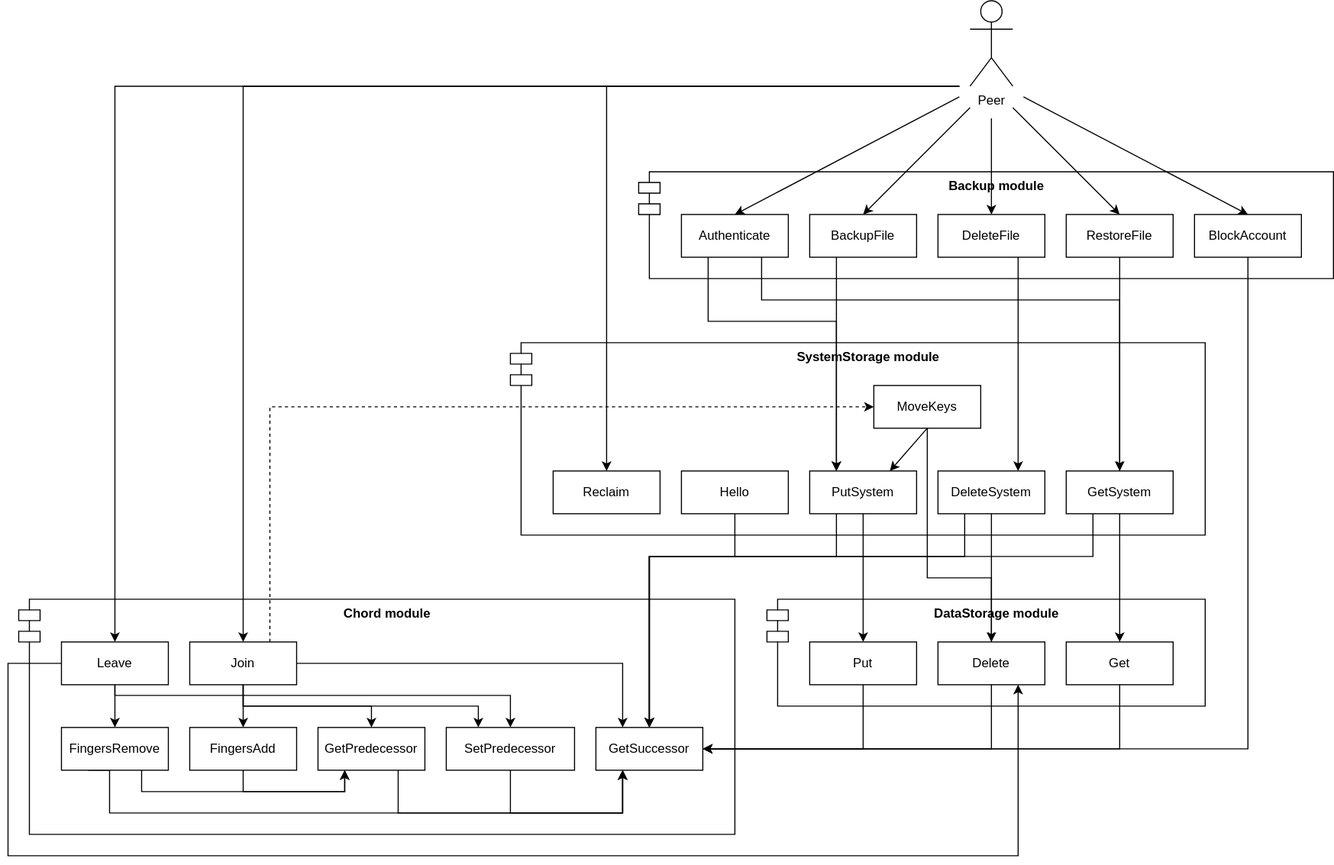
This is doc/protocols.svg from dmfrodrigues/feup-sdis-proj2, a draw.io export, as it was before one commit. Source tidied: cells renumbered, new cells last; positions are measured from the earlier drawing's top-left corner, leaving out a move shared by most shapes.
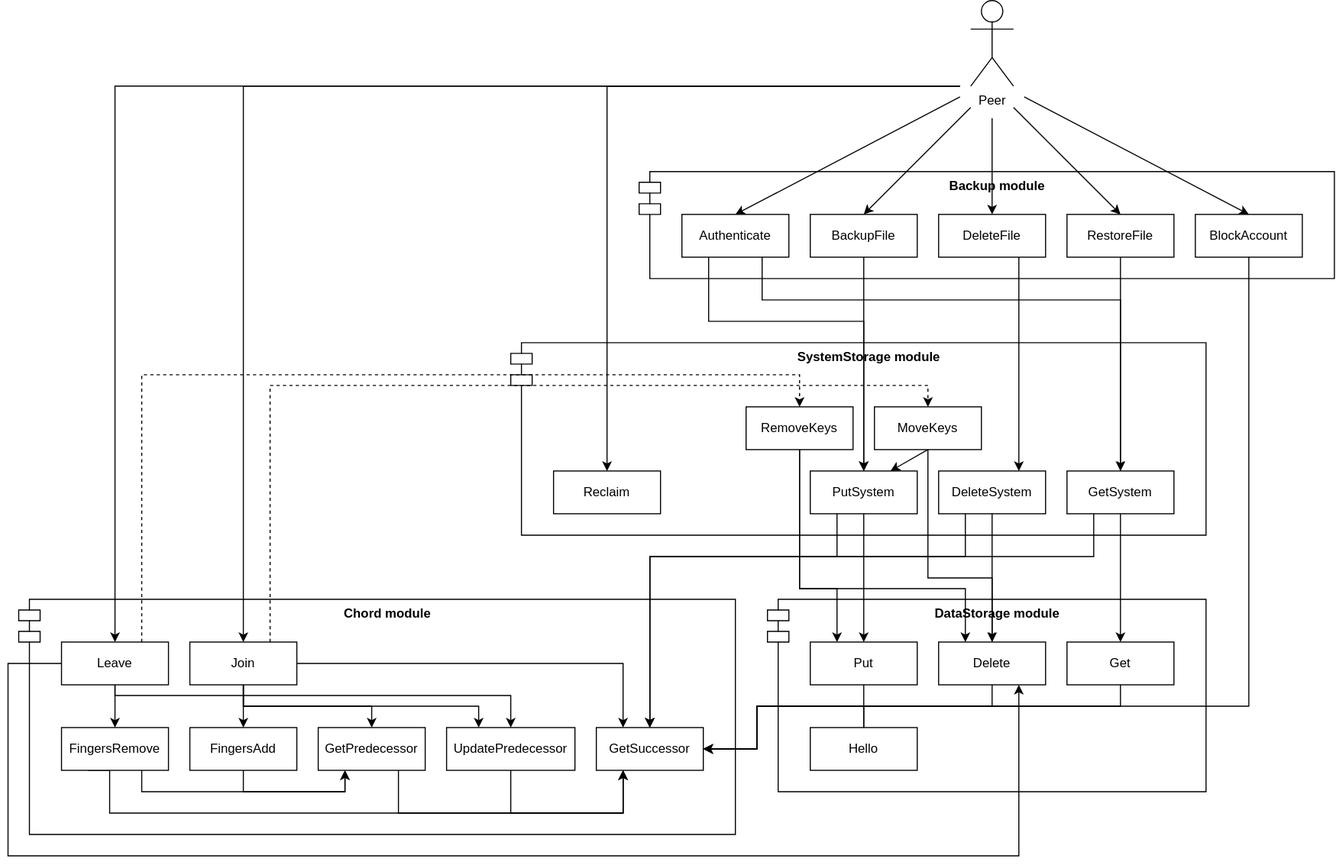
The same file after the commit.

The edit, as a diff of the source:
```diff
@@ -2,6 +2,9 @@
   <root>
     <mxCell id="0" />
     <mxCell id="1" parent="0" />
+    <mxCell id="47" value="DataStorage module" style="shape=module;align=left;spacingLeft=20;align=center;verticalAlign=top;fontStyle=1;" parent="1" vertex="1">
+      <mxGeometry x="710" y="560" width="410" height="180" as="geometry" />
+    </mxCell>
     <mxCell id="2" value="Chord module" style="shape=module;align=left;spacingLeft=20;align=center;verticalAlign=top;fontStyle=1;" parent="1" vertex="1">
       <mxGeometry x="10" y="560" width="670" height="220" as="geometry" />
     </mxCell>
@@ -47,11 +50,11 @@
     <mxCell id="11" value="Backup module" style="shape=module;align=left;spacingLeft=20;align=center;verticalAlign=top;fontStyle=1;" parent="1" vertex="1">
       <mxGeometry x="590" y="160" width="650" height="100" as="geometry" />
     </mxCell>
-    <mxCell id="12" style="edgeStyle=orthogonalEdgeStyle;rounded=0;jettySize=auto;html=1;entryX=0.25;entryY=0;entryDx=0;entryDy=0;exitX=0.25;exitY=1;exitDx=0;exitDy=0;" parent="1" edge="1" source="13" target="6">
+    <mxCell id="12" style="edgeStyle=orthogonalEdgeStyle;rounded=0;jettySize=auto;html=1;entryX=0.5;entryY=0;entryDx=0;entryDy=0;exitX=0.5;exitY=1;exitDx=0;exitDy=0;" parent="1" edge="1" source="13" target="6">
       <mxGeometry relative="1" as="geometry">
         <Array as="points">
-          <mxPoint x="775" y="290" />
-          <mxPoint x="775" y="290" />
+          <mxPoint x="800" y="340" />
+          <mxPoint x="800" y="340" />
         </Array>
       </mxGeometry>
     </mxCell>
@@ -80,28 +83,20 @@
     <mxCell id="17" value="DeleteFile" style="rounded=0;whiteSpace=wrap;html=1;spacing=10;" parent="1" vertex="1">
       <mxGeometry x="870" y="200" width="100" height="40" as="geometry" />
     </mxCell>
-    <mxCell id="18" style="edgeStyle=orthogonalEdgeStyle;rounded=0;jettySize=auto;html=1;exitX=0.25;exitY=1;exitDx=0;exitDy=0;entryX=0.25;entryY=0;entryDx=0;entryDy=0;" parent="1" edge="1" source="19" target="6">
+    <mxCell id="18" style="edgeStyle=orthogonalEdgeStyle;rounded=0;jettySize=auto;html=1;exitX=0.25;exitY=1;exitDx=0;exitDy=0;entryX=0.5;entryY=0;entryDx=0;entryDy=0;" parent="1" edge="1" source="19" target="6">
       <mxGeometry relative="1" as="geometry">
         <Array as="points">
           <mxPoint x="655" y="300" />
-          <mxPoint x="775" y="300" />
+          <mxPoint x="800" y="300" />
         </Array>
       </mxGeometry>
     </mxCell>
     <mxCell id="19" value="Authenticate" style="rounded=0;whiteSpace=wrap;html=1;spacing=10;" parent="1" vertex="1">
       <mxGeometry x="630" y="200" width="100" height="40" as="geometry" />
     </mxCell>
-    <mxCell id="20" style="edgeStyle=none;rounded=0;jettySize=auto;html=1;exitX=0.5;exitY=1;exitDx=0;exitDy=0;entryX=0.5;entryY=0;entryDx=0;entryDy=0;endArrow=classic;endFill=1;" parent="1" edge="1" source="21" target="3">
-      <mxGeometry relative="1" as="geometry">
-        <Array as="points">
-          <mxPoint x="680" y="520" />
-          <mxPoint x="600" y="520" />
-        </Array>
-      </mxGeometry>
+    <mxCell id="20" style="edgeStyle=orthogonalEdgeStyle;rounded=0;jettySize=auto;html=1;exitX=0.5;exitY=0;exitDx=0;exitDy=0;entryX=1;entryY=0.5;entryDx=0;entryDy=0;" parent="1" edge="1" source="21" target="3">
+      <mxGeometry relative="1" as="geometry" />
     </mxCell>
-    <mxCell id="21" value="Hello" style="rounded=0;whiteSpace=wrap;html=1;spacing=10;" parent="1" vertex="1">
-      <mxGeometry x="630" y="440" width="100" height="40" as="geometry" />
-    </mxCell>
     <mxCell id="22" style="edgeStyle=none;rounded=0;jettySize=auto;html=1;entryX=0.5;entryY=0;entryDx=0;entryDy=0;endArrow=classic;endFill=1;" parent="1" edge="1" target="27">
       <mxGeometry relative="1" as="geometry">
         <mxPoint x="890" y="80" as="sourcePoint" />
@@ -111,10 +106,11 @@
         </Array>
       </mxGeometry>
     </mxCell>
-    <mxCell id="23" style="edgeStyle=none;rounded=0;jettySize=auto;html=1;exitX=0.75;exitY=0;exitDx=0;exitDy=0;entryX=0;entryY=0.5;entryDx=0;entryDy=0;endArrow=classic;endFill=1;dashed=1;" parent="1" edge="1" source="27" target="38">
+    <mxCell id="23" style="edgeStyle=none;rounded=0;jettySize=auto;html=1;exitX=0.75;exitY=0;exitDx=0;exitDy=0;entryX=0.5;entryY=0;entryDx=0;entryDy=0;endArrow=classic;endFill=1;dashed=1;" parent="1" edge="1" source="27" target="38">
       <mxGeometry relative="1" as="geometry">
         <Array as="points">
-          <mxPoint x="245" y="380" />
+          <mxPoint x="245" y="360" />
+          <mxPoint x="860" y="360" />
         </Array>
       </mxGeometry>
     </mxCell>
@@ -189,7 +185,7 @@
       <mxGeometry relative="1" as="geometry" />
     </mxCell>
     <mxCell id="38" value="MoveKeys" style="rounded=0;whiteSpace=wrap;html=1;spacing=10;" parent="1" vertex="1">
-      <mxGeometry x="810" y="360" width="100" height="40" as="geometry" />
+      <mxGeometry x="810" y="380" width="100" height="40" as="geometry" />
     </mxCell>
     <mxCell id="39" style="edgeStyle=orthogonalEdgeStyle;rounded=0;jettySize=auto;html=1;entryX=0.5;entryY=0;entryDx=0;entryDy=0;exitX=0.5;exitY=1;exitDx=0;exitDy=0;" parent="1" edge="1" source="41" target="34">
       <mxGeometry relative="1" as="geometry">
@@ -202,6 +198,14 @@
     <mxCell id="40" style="edgeStyle=orthogonalEdgeStyle;rounded=0;jettySize=auto;html=1;exitX=0.5;exitY=1;exitDx=0;exitDy=0;entryX=0.5;entryY=0;entryDx=0;entryDy=0;" parent="1" edge="1" source="41" target="60">
       <mxGeometry relative="1" as="geometry" />
     </mxCell>
+    <mxCell id="67" style="edgeStyle=orthogonalEdgeStyle;rounded=0;jettySize=auto;html=1;exitX=0.75;exitY=0;exitDx=0;exitDy=0;entryX=0.5;entryY=0;entryDx=0;entryDy=0;dashed=1;" parent="1" edge="1" source="41" target="70">
+      <mxGeometry relative="1" as="geometry">
+        <Array as="points">
+          <mxPoint x="125" y="350" />
+          <mxPoint x="740" y="350" />
+        </Array>
+      </mxGeometry>
+    </mxCell>
     <mxCell id="41" value="Leave" style="rounded=0;whiteSpace=wrap;html=1;spacing=10;" parent="1" vertex="1">
       <mxGeometry x="50" y="600" width="100" height="40" as="geometry" />
     </mxCell>
@@ -235,13 +239,12 @@
     <mxCell id="46" value="GetPredecessor" style="rounded=0;whiteSpace=wrap;html=1;spacing=10;" parent="1" vertex="1">
       <mxGeometry x="290" y="680" width="100" height="40" as="geometry" />
     </mxCell>
-    <mxCell id="47" value="DataStorage module" style="shape=module;align=left;spacingLeft=20;align=center;verticalAlign=top;fontStyle=1;" parent="1" vertex="1">
-      <mxGeometry x="710" y="560" width="410" height="100" as="geometry" />
-    </mxCell>
     <mxCell id="48" style="edgeStyle=orthogonalEdgeStyle;rounded=0;jettySize=auto;html=1;exitX=0.5;exitY=1;exitDx=0;exitDy=0;entryX=1;entryY=0.5;entryDx=0;entryDy=0;" parent="1" edge="1" source="49" target="3">
       <mxGeometry relative="1" as="geometry">
         <Array as="points">
-          <mxPoint x="800" y="700" />
+          <mxPoint x="800" y="660" />
+          <mxPoint x="700" y="660" />
+          <mxPoint x="700" y="700" />
         </Array>
       </mxGeometry>
     </mxCell>
@@ -274,14 +277,18 @@
     <mxCell id="56" style="edgeStyle=orthogonalEdgeStyle;rounded=0;jettySize=auto;html=1;exitX=0.5;exitY=1;exitDx=0;exitDy=0;entryX=1;entryY=0.5;entryDx=0;entryDy=0;" parent="1" edge="1" source="50" target="3">
       <mxGeometry relative="1" as="geometry">
         <Array as="points">
-          <mxPoint x="920" y="700" />
+          <mxPoint x="920" y="660" />
+          <mxPoint x="700" y="660" />
+          <mxPoint x="700" y="700" />
         </Array>
       </mxGeometry>
     </mxCell>
     <mxCell id="57" style="edgeStyle=orthogonalEdgeStyle;rounded=0;jettySize=auto;html=1;exitX=0.5;exitY=1;exitDx=0;exitDy=0;entryX=1;entryY=0.5;entryDx=0;entryDy=0;" parent="1" edge="1" source="51" target="3">
       <mxGeometry relative="1" as="geometry">
         <Array as="points">
-          <mxPoint x="1040" y="700" />
+          <mxPoint x="1040" y="660" />
+          <mxPoint x="700" y="660" />
+          <mxPoint x="700" y="700" />
         </Array>
       </mxGeometry>
     </mxCell>
@@ -312,12 +319,8 @@
         </Array>
       </mxGeometry>
     </mxCell>
-    <mxCell id="62" style="edgeStyle=orthogonalEdgeStyle;rounded=0;jettySize=auto;html=1;exitX=0.5;exitY=1;exitDx=0;exitDy=0;entryX=1;entryY=0.5;entryDx=0;entryDy=0;" parent="1" edge="1" source="63" target="3">
-      <mxGeometry relative="1" as="geometry">
-        <Array as="points">
-          <mxPoint x="1160" y="700" />
-        </Array>
-      </mxGeometry>
+    <mxCell id="62" style="edgeStyle=orthogonalEdgeStyle;rounded=0;jettySize=auto;html=1;exitX=0.5;exitY=0;exitDx=0;exitDy=0;entryX=1;entryY=0.5;entryDx=0;entryDy=0;startArrow=none;" parent="1" edge="1" source="21" target="3">
+      <mxGeometry relative="1" as="geometry" />
     </mxCell>
     <mxCell id="63" value="BlockAccount" style="rounded=0;whiteSpace=wrap;html=1;spacing=10;" parent="1" vertex="1">
       <mxGeometry x="1110" y="200" width="100" height="40" as="geometry" />
@@ -344,5 +347,36 @@
         </Array>
       </mxGeometry>
     </mxCell>
+    <mxCell id="68" style="edgeStyle=orthogonalEdgeStyle;rounded=0;jettySize=auto;html=1;exitX=0.5;exitY=1;exitDx=0;exitDy=0;entryX=0.25;entryY=0;entryDx=0;entryDy=0;" parent="1" edge="1" source="70" target="49">
+      <mxGeometry relative="1" as="geometry">
+        <Array as="points">
+          <mxPoint x="740" y="550" />
+          <mxPoint x="775" y="550" />
+        </Array>
+      </mxGeometry>
+    </mxCell>
+    <mxCell id="69" style="edgeStyle=orthogonalEdgeStyle;rounded=0;jettySize=auto;html=1;exitX=0.5;exitY=1;exitDx=0;exitDy=0;entryX=0.25;entryY=0;entryDx=0;entryDy=0;" parent="1" edge="1" source="70" target="50">
+      <mxGeometry relative="1" as="geometry">
+        <Array as="points">
+          <mxPoint x="740" y="550" />
+          <mxPoint x="895" y="550" />
+        </Array>
+      </mxGeometry>
+    </mxCell>
+    <mxCell id="70" value="RemoveKeys" style="rounded=0;whiteSpace=wrap;html=1;spacing=10;" parent="1" vertex="1">
+      <mxGeometry x="690" y="380" width="100" height="40" as="geometry" />
+    </mxCell>
+    <mxCell id="21" value="Hello" style="rounded=0;whiteSpace=wrap;html=1;spacing=10;" parent="1" vertex="1">
+      <mxGeometry x="750" y="680" width="100" height="40" as="geometry" />
+    </mxCell>
+    <mxCell id="71" style="edgeStyle=orthogonalEdgeStyle;rounded=0;jettySize=auto;html=1;exitX=0.5;exitY=1;exitDx=0;exitDy=0;entryX=1;entryY=0.5;entryDx=0;entryDy=0;endArrow=none;" parent="1" edge="1" source="63" target="3">
+      <mxGeometry relative="1" as="geometry">
+        <Array as="points">
+          <mxPoint x="1160" y="660" />
+          <mxPoint x="700" y="660" />
+          <mxPoint x="700" y="700" />
+        </Array>
+      </mxGeometry>
+    </mxCell>
   </root>
 </mxGraphModel>
```
